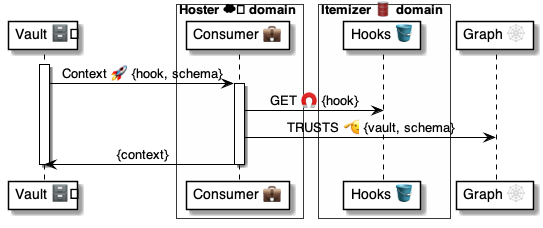
Earlier version of the PlantUML export 4 ⚙️ Solution/41 🎭 Domain Roles/Consumers 💼/💼🅰️ Consumer methods/Context 🗄️🚀💼/💼 Context ⚙️ uml.png (pollyweb-org/pollyweb-docs). Its source is kept beside it as 4 ⚙️ Solution/41 🎭 Domain Roles/Consumers 💼/💼🅰️ Consumer methods/Context 🗄️🚀💼/💼 Context ⚙️ uml.puml.
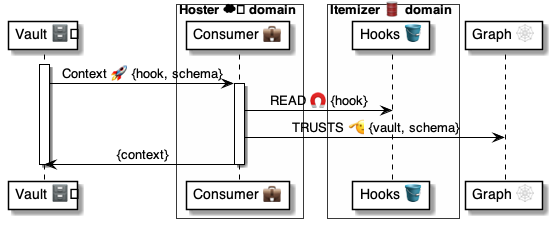
The same diagram one commit later.

Diff of the diagram source:
```diff
@@ -17,7 +17,7 @@
     vault -> consumer: Context 🚀 {hook, schema}
 
     activate consumer
-        consumer -> hooks: GET 🧲 {hook}
+        consumer -> hooks: READ 🧲 {hook}
         consumer -> graph: TRUSTS 🫡 {vault, schema}
         consumer -> vault: {context}
     deactivate consumer
```
